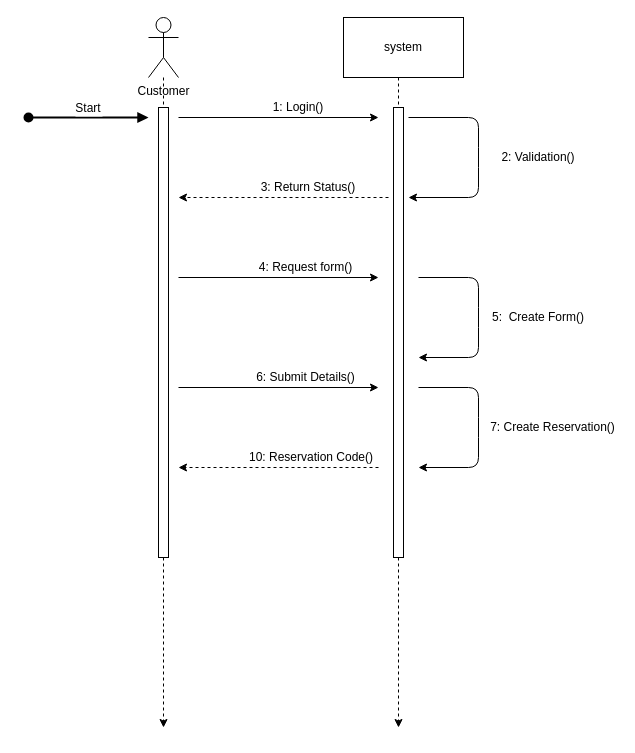
Before: Restaurant - Sequence Diagram.drawio in abdelrhmanabdelhaie/learnGit, a draw.io diagram. Source tidied: cells renumbered, new cells numbered last; positions are measured from the earlier drawing's top-left corner, leaving out a move shared by most shapes. Both pictures are drawn from the tidied source at 100%, with x=0, y=0 at pixel (28, 17).
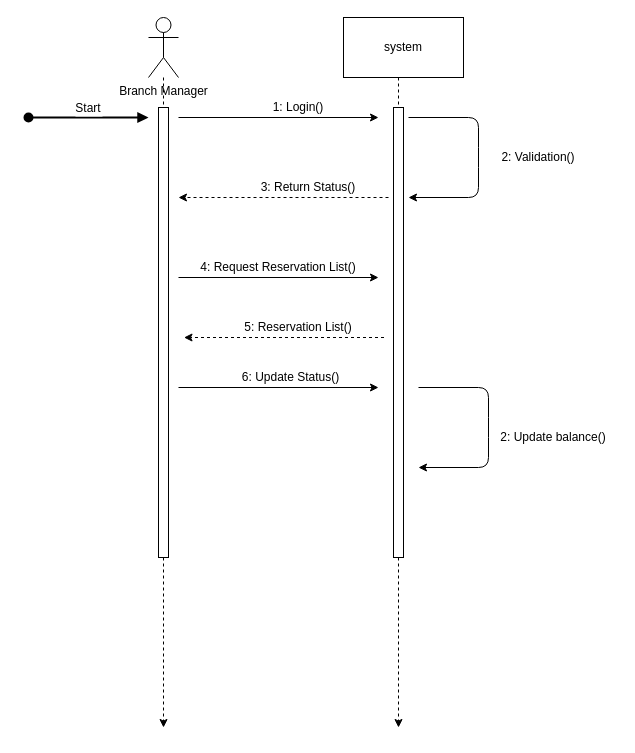
The same page after the edit.

Diff of the diagram source:
```diff
@@
-    <mxCell id="2" value="Customer" style="shape=umlActor;verticalLabelPosition=bottom;verticalAlign=top;html=1;" parent="1" vertex="1">
+    <mxCell id="2" value="Branch Manager" style="shape=umlActor;verticalLabelPosition=bottom;verticalAlign=top;html=1;" parent="1" vertex="1">
       <mxGeometry x="120" width="30" height="60" as="geometry" />
     </mxCell>
@@
-    <mxCell id="15" value="4: Request form()" style="text;html=1;strokeColor=none;fillColor=none;align=center;verticalAlign=middle;whiteSpace=wrap;rounded=0;" parent="1" vertex="1">
-      <mxGeometry x="225" y="240" width="105" height="20" as="geometry" />
+    <mxCell id="15" value="4: Request Reservation List()" style="text;html=1;strokeColor=none;fillColor=none;align=center;verticalAlign=middle;whiteSpace=wrap;rounded=0;" parent="1" vertex="1">
+      <mxGeometry x="170" y="240" width="160" height="20" as="geometry" />
     </mxCell>
-    <mxCell id="16" style="endArrow=classic;html=1;" parent="1" edge="1">
-      <mxGeometry relative="1" as="geometry">
-        <mxPoint x="390" y="260" as="sourcePoint" />
-        <mxPoint x="390" y="340" as="targetPoint" />
-        <Array as="points">
-          <mxPoint x="450" y="260" />
-          <mxPoint x="450" y="300" />
-          <mxPoint x="450" y="340" />
-        </Array>
-      </mxGeometry>
-    </mxCell>
-    <mxCell id="17" value="5:&amp;nbsp; Create Form()" style="text;html=1;strokeColor=none;fillColor=none;align=center;verticalAlign=middle;whiteSpace=wrap;rounded=0;" parent="1" vertex="1">
-      <mxGeometry x="460" y="290" width="100" height="20" as="geometry" />
-    </mxCell>
@@
-    <mxCell id="19" value="6: Submit Details()" style="text;html=1;strokeColor=none;fillColor=none;align=center;verticalAlign=middle;whiteSpace=wrap;rounded=0;" parent="1" vertex="1">
-      <mxGeometry x="225" y="350" width="105" height="20" as="geometry" />
+    <mxCell id="19" value="6: Update Status()" style="text;html=1;strokeColor=none;fillColor=none;align=center;verticalAlign=middle;whiteSpace=wrap;rounded=0;" parent="1" vertex="1">
+      <mxGeometry x="210" y="350" width="105" height="20" as="geometry" />
     </mxCell>
-    <mxCell id="20" value="7: Create Reservation()" style="text;html=1;strokeColor=none;fillColor=none;align=center;verticalAlign=middle;whiteSpace=wrap;rounded=0;" parent="1" vertex="1">
-      <mxGeometry x="457.5" y="400" width="132.5" height="20" as="geometry" />
-    </mxCell>
-    <mxCell id="21" style="endArrow=classic;html=1;" parent="1" edge="1">
-      <mxGeometry relative="1" as="geometry">
-        <mxPoint x="390" y="370" as="sourcePoint" />
-        <mxPoint x="390" y="450" as="targetPoint" />
-        <Array as="points">
-          <mxPoint x="450" y="370" />
-          <mxPoint x="450" y="410" />
-          <mxPoint x="450" y="450" />
-        </Array>
-      </mxGeometry>
-    </mxCell>
     <mxCell id="22" style="endArrow=classic;html=1;dashed=1;" parent="1" edge="1">
       <mxGeometry relative="1" as="geometry">
-        <mxPoint x="350" y="450" as="sourcePoint" />
-        <mxPoint x="150" y="450" as="targetPoint" />
+        <mxPoint x="355.5" y="320" as="sourcePoint" />
+        <mxPoint x="155.5" y="320" as="targetPoint" />
       </mxGeometry>
     </mxCell>
-    <mxCell id="23" value="10: Reservation&amp;nbsp;Code()" style="text;html=1;strokeColor=none;fillColor=none;align=center;verticalAlign=middle;whiteSpace=wrap;rounded=0;" parent="1" vertex="1">
-      <mxGeometry x="210" y="430" width="145.5" height="20" as="geometry" />
+    <mxCell id="23" value="5: Reservation List()" style="text;html=1;strokeColor=none;fillColor=none;align=center;verticalAlign=middle;whiteSpace=wrap;rounded=0;" parent="1" vertex="1">
+      <mxGeometry x="197.2" y="300" width="145.5" height="20" as="geometry" />
     </mxCell>
@@
+    <mxCell id="25" style="endArrow=classic;html=1;" parent="1" edge="1">
+      <mxGeometry relative="1" as="geometry">
+        <mxPoint x="390" y="370" as="sourcePoint" />
+        <mxPoint x="390" y="450" as="targetPoint" />
+        <Array as="points">
+          <mxPoint x="460" y="370" />
+          <mxPoint x="460" y="410" />
+          <mxPoint x="460" y="450" />
+        </Array>
+      </mxGeometry>
+    </mxCell>
+    <mxCell id="26" value="2: Update balance()" style="text;html=1;strokeColor=none;fillColor=none;align=center;verticalAlign=middle;whiteSpace=wrap;rounded=0;" parent="1" vertex="1">
+      <mxGeometry x="470" y="410" width="110" height="20" as="geometry" />
+    </mxCell>
```
